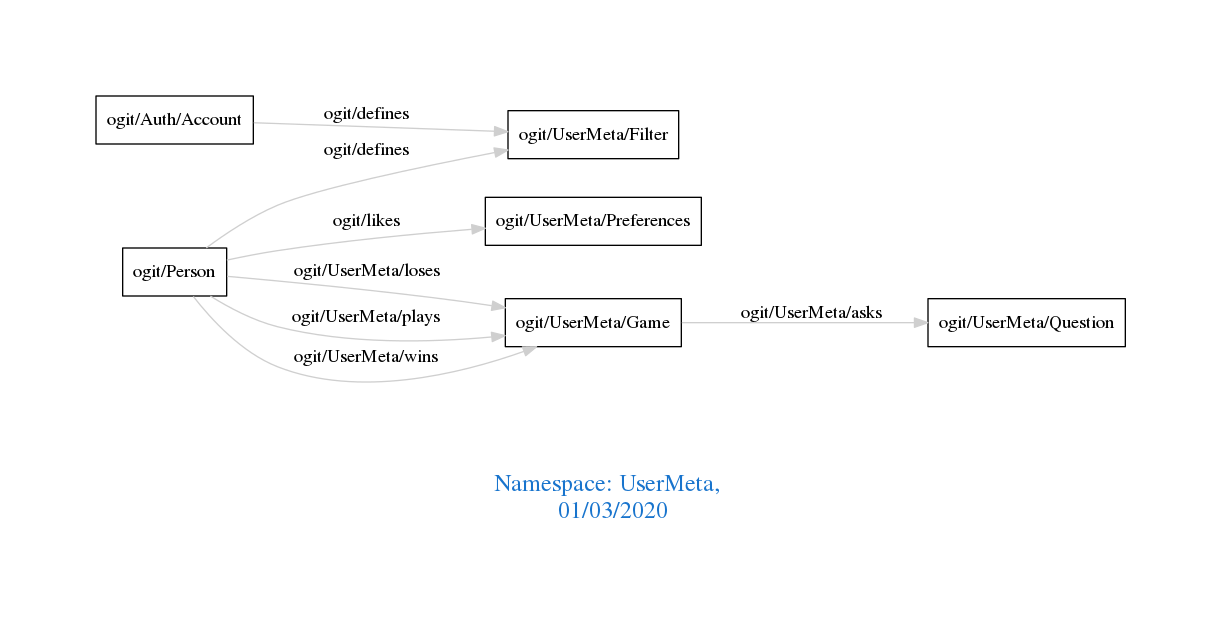
This is downloads/UserMeta.png from arago/OGIT, a Graphviz export, as it was before one commit. Its source is kept beside it as downloads/UserMeta.dot.
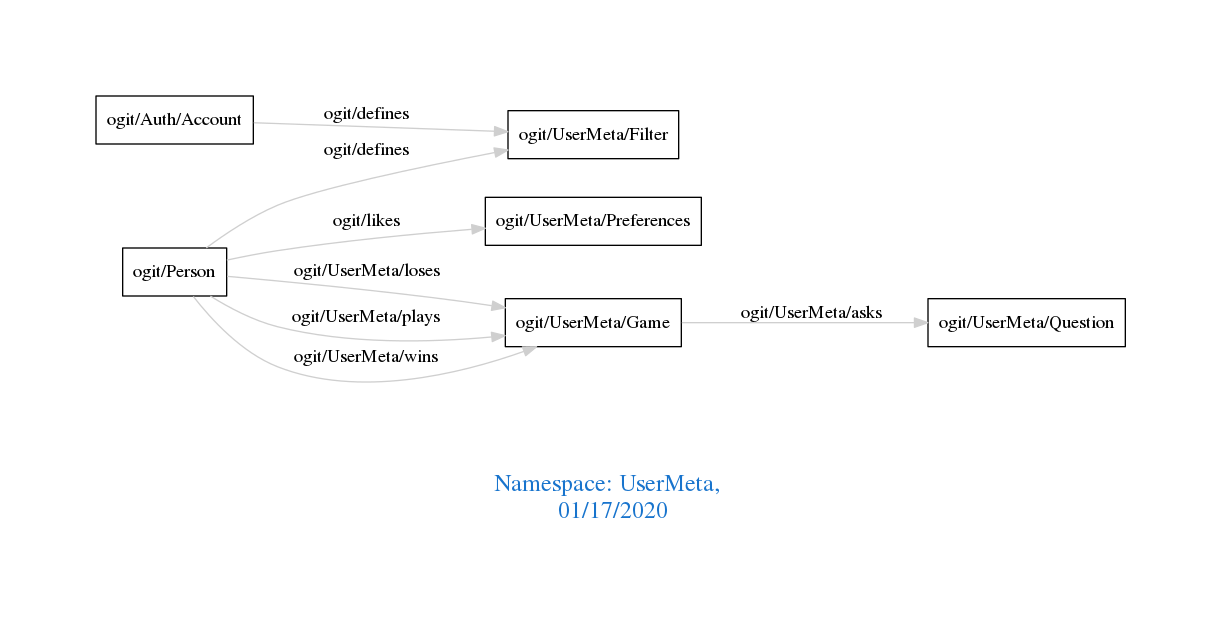
After the change.

The edit, as a diff of the source:
```diff
@@ -1,7 +1,7 @@
 digraph OGIT_ontology {
  graph [ rankdir= LR,pad=1
 fontsize = 18,
-fontcolor= dodgerblue3,label = "\n\n\nNamespace: UserMeta, \n 01/03/2020"];
+fontcolor= dodgerblue3,label = "\n\n\nNamespace: UserMeta, \n 01/17/2020"];
 node[shape=polygon];
 edge [  color="gray81"];
 
```
